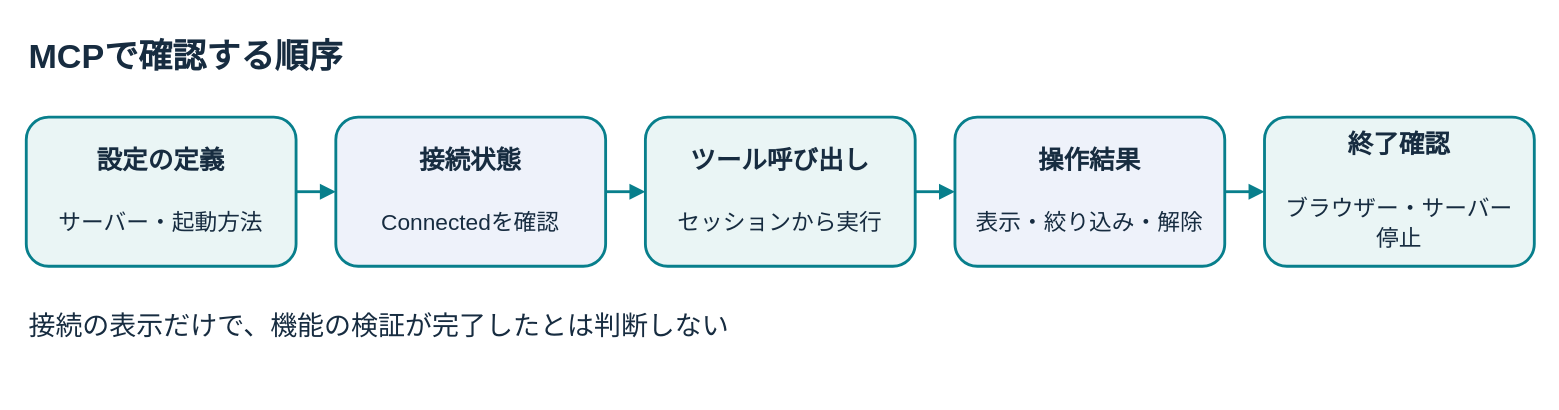
iwizsophy/dev-days-jp keeps this draw.io diagram as content/diagrams/app-mcp-evidence.drawio. Above is the earlier version. Source tidied: cells renumbered, new cells numbered last; positions are measured from the earlier drawing's top-left corner, leaving out a move shared by most shapes. Both pictures are drawn from the tidied source at 142%, with x=0, y=0 at pixel (26, 24).
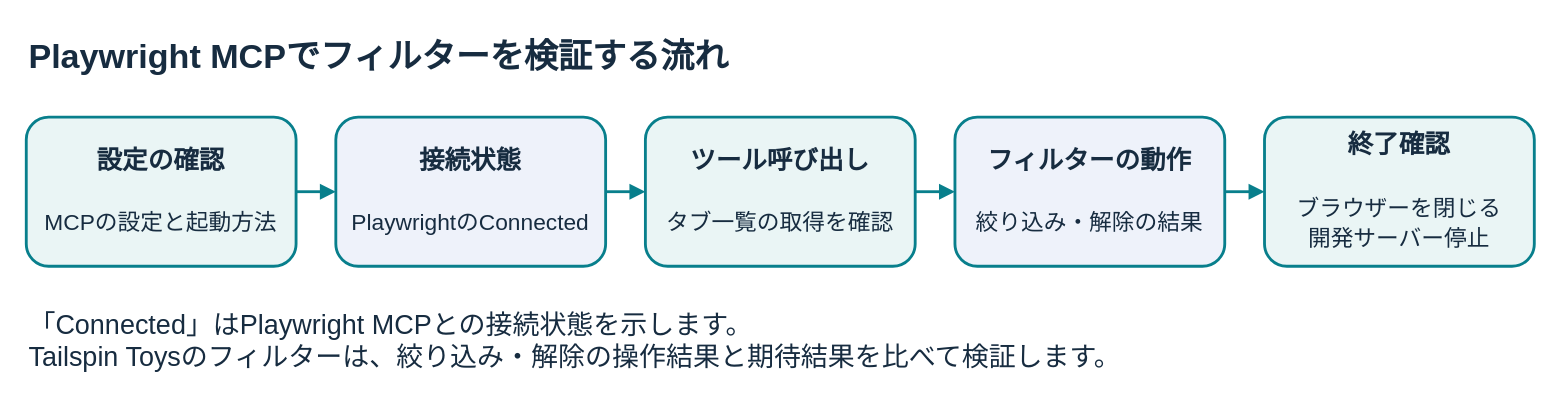
After the change.

Commit message (it also covers changes not shown here):
Name MCP connection and Tailspin filter checks explicitly in the flow diagram

Diff of the diagram source:
```diff
@@
 <mxGraphModel background="#FFFFFF">
   <root>
     <mxCell id="0" />
     <mxCell id="1" parent="0" />
-    <mxCell id="2" value="MCPで確認する順序" style="text;html=1;align=left;verticalAlign=middle;fontSize=24;fontStyle=1;fontFamily=Meiryo;fontColor=#172C40;" parent="1" vertex="1">
+    <mxCell id="2" value="Playwright MCPでフィルターを検証する流れ" style="text;html=1;align=left;verticalAlign=middle;fontSize=24;fontStyle=1;fontFamily=Meiryo;fontColor=#172C40;" parent="1" vertex="1">
       <mxGeometry width="1062" height="45" as="geometry" />
     </mxCell>
-    <mxCell id="3" value="&lt;b&gt;設定の定義&lt;/b&gt;&lt;br&gt;&lt;br&gt;&lt;span style=&quot;font-size:16px&quot;&gt;サーバー・起動方法&lt;/span&gt;" style="rounded=1;whiteSpace=wrap;html=1;align=center;verticalAlign=middle;fontSize=18;spacing=10;strokeColor=#087F8C;strokeWidth=2;fillColor=#EAF5F5;fontFamily=Meiryo;fontColor=#172C40;" parent="1" vertex="1">
+    <mxCell id="3" value="&lt;b&gt;設定の確認&lt;/b&gt;&lt;br&gt;&lt;br&gt;&lt;span style=&quot;font-size:16px&quot;&gt;MCPの設定と起動方法&lt;/span&gt;" style="rounded=1;whiteSpace=wrap;html=1;align=center;verticalAlign=middle;fontSize=18;spacing=10;strokeColor=#087F8C;strokeWidth=2;fillColor=#EAF5F5;fontFamily=Meiryo;fontColor=#172C40;" parent="1" vertex="1">
       <mxGeometry y="65" width="190" height="105" as="geometry" />
     </mxCell>
-    <mxCell id="4" value="&lt;b&gt;接続状態&lt;/b&gt;&lt;br&gt;&lt;br&gt;&lt;span style=&quot;font-size:16px&quot;&gt;Connectedを確認&lt;/span&gt;" style="rounded=1;whiteSpace=wrap;html=1;align=center;verticalAlign=middle;fontSize=18;spacing=10;strokeColor=#087F8C;strokeWidth=2;fillColor=#EEF2FA;fontFamily=Meiryo;fontColor=#172C40;" parent="1" vertex="1">
+    <mxCell id="4" value="&lt;b&gt;接続状態&lt;/b&gt;&lt;br&gt;&lt;br&gt;&lt;span style=&quot;font-size:16px&quot;&gt;PlaywrightのConnected&lt;/span&gt;" style="rounded=1;whiteSpace=wrap;html=1;align=center;verticalAlign=middle;fontSize=18;spacing=10;strokeColor=#087F8C;strokeWidth=2;fillColor=#EEF2FA;fontFamily=Meiryo;fontColor=#172C40;" parent="1" vertex="1">
       <mxGeometry x="218" y="65" width="190" height="105" as="geometry" />
     </mxCell>
     <mxCell id="5" style="edgeStyle=orthogonalEdgeStyle;rounded=0;html=1;endArrow=block;strokeWidth=2;strokeColor=#087F8C;" parent="1" edge="1" source="3" target="4">
       <mxGeometry relative="1" as="geometry" />
     </mxCell>
-    <mxCell id="6" value="&lt;b&gt;ツール呼び出し&lt;/b&gt;&lt;br&gt;&lt;br&gt;&lt;span style=&quot;font-size:16px&quot;&gt;セッションから実行&lt;/span&gt;" style="rounded=1;whiteSpace=wrap;html=1;align=center;verticalAlign=middle;fontSize=18;spacing=10;strokeColor=#087F8C;strokeWidth=2;fillColor=#EAF5F5;fontFamily=Meiryo;fontColor=#172C40;" parent="1" vertex="1">
+    <mxCell id="6" value="&lt;b&gt;ツール呼び出し&lt;/b&gt;&lt;br&gt;&lt;br&gt;&lt;span style=&quot;font-size:16px&quot;&gt;タブ一覧の取得を確認&lt;/span&gt;" style="rounded=1;whiteSpace=wrap;html=1;align=center;verticalAlign=middle;fontSize=18;spacing=10;strokeColor=#087F8C;strokeWidth=2;fillColor=#EAF5F5;fontFamily=Meiryo;fontColor=#172C40;" parent="1" vertex="1">
       <mxGeometry x="436" y="65" width="190" height="105" as="geometry" />
     </mxCell>
     <mxCell id="7" style="edgeStyle=orthogonalEdgeStyle;rounded=0;html=1;endArrow=block;strokeWidth=2;strokeColor=#087F8C;" parent="1" edge="1" source="4" target="6">
       <mxGeometry relative="1" as="geometry" />
     </mxCell>
-    <mxCell id="8" value="&lt;b&gt;操作結果&lt;/b&gt;&lt;br&gt;&lt;br&gt;&lt;span style=&quot;font-size:16px&quot;&gt;表示・絞り込み・解除&lt;/span&gt;" style="rounded=1;whiteSpace=wrap;html=1;align=center;verticalAlign=middle;fontSize=18;spacing=10;strokeColor=#087F8C;strokeWidth=2;fillColor=#EEF2FA;fontFamily=Meiryo;fontColor=#172C40;" parent="1" vertex="1">
+    <mxCell id="8" value="&lt;b&gt;フィルターの動作&lt;/b&gt;&lt;br&gt;&lt;br&gt;&lt;span style=&quot;font-size:16px&quot;&gt;絞り込み・解除の結果&lt;/span&gt;" style="rounded=1;whiteSpace=wrap;html=1;align=center;verticalAlign=middle;fontSize=18;spacing=10;strokeColor=#087F8C;strokeWidth=2;fillColor=#EEF2FA;fontFamily=Meiryo;fontColor=#172C40;" parent="1" vertex="1">
       <mxGeometry x="654" y="65" width="190" height="105" as="geometry" />
     </mxCell>
     <mxCell id="9" style="edgeStyle=orthogonalEdgeStyle;rounded=0;html=1;endArrow=block;strokeWidth=2;strokeColor=#087F8C;" parent="1" edge="1" source="6" target="8">
       <mxGeometry relative="1" as="geometry" />
     </mxCell>
-    <mxCell id="10" value="&lt;b&gt;終了確認&lt;/b&gt;&lt;br&gt;&lt;br&gt;&lt;span style=&quot;font-size:16px&quot;&gt;ブラウザー・サーバー停止&lt;/span&gt;" style="rounded=1;whiteSpace=wrap;html=1;align=center;verticalAlign=middle;fontSize=18;spacing=10;strokeColor=#087F8C;strokeWidth=2;fillColor=#EAF5F5;fontFamily=Meiryo;fontColor=#172C40;" parent="1" vertex="1">
+    <mxCell id="10" value="&lt;b&gt;終了確認&lt;/b&gt;&lt;br&gt;&lt;br&gt;&lt;span style=&quot;font-size:16px&quot;&gt;ブラウザーを閉じる&lt;br&gt;開発サーバー停止&lt;/span&gt;" style="rounded=1;whiteSpace=wrap;html=1;align=center;verticalAlign=middle;fontSize=18;spacing=10;strokeColor=#087F8C;strokeWidth=2;fillColor=#EAF5F5;fontFamily=Meiryo;fontColor=#172C40;" parent="1" vertex="1">
       <mxGeometry x="872" y="65" width="190" height="105" as="geometry" />
     </mxCell>
     <mxCell id="11" style="edgeStyle=orthogonalEdgeStyle;rounded=0;html=1;endArrow=block;strokeWidth=2;strokeColor=#087F8C;" parent="1" edge="1" source="8" target="10">
       <mxGeometry relative="1" as="geometry" />
     </mxCell>
-    <mxCell id="12" value="接続の表示だけで、機能の検証が完了したとは判断しない" style="text;html=1;align=left;verticalAlign=middle;fontSize=19;fontFamily=Meiryo;fontColor=#172C40;" parent="1" vertex="1">
-      <mxGeometry y="190" width="1062" height="45" as="geometry" />
+    <mxCell id="12" value="「Connected」はPlaywright MCPとの接続状態を示します。&lt;br&gt;Tailspin Toysのフィルターは、絞り込み・解除の操作結果と期待結果を比べて検証します。" style="text;html=1;align=left;verticalAlign=middle;fontSize=19;fontFamily=Meiryo;fontColor=#172C40;" parent="1" vertex="1">
+      <mxGeometry y="190" width="1062" height="65" as="geometry" />
     </mxCell>
   </root>
 </mxGraphModel>
```
